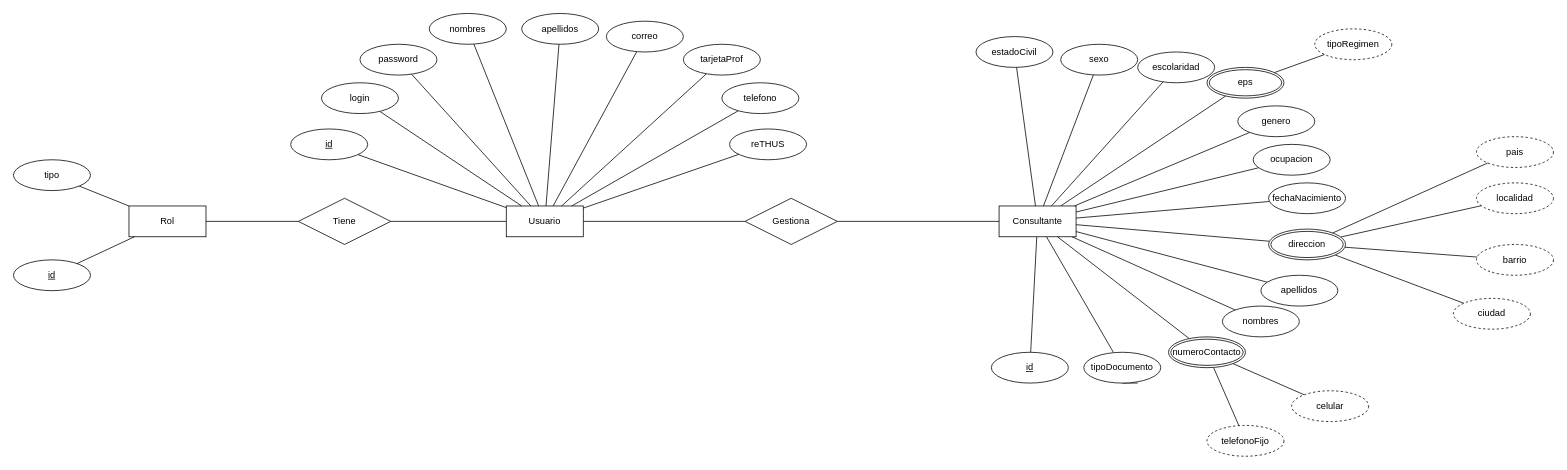
Above: page "Diagrama entidad relacion" (2 of 4) of Diagramas/Untitled Diagram.drawio in mjfernandezc/Diagramas (draw.io), before the change. Source tidied: cells renumbered, new cells numbered last; positions are measured from the earlier drawing's top-left corner, leaving out a move shared by most shapes. Both pictures are drawn from the tidied source at 77%, with x=0, y=0 at pixel (13, 13).
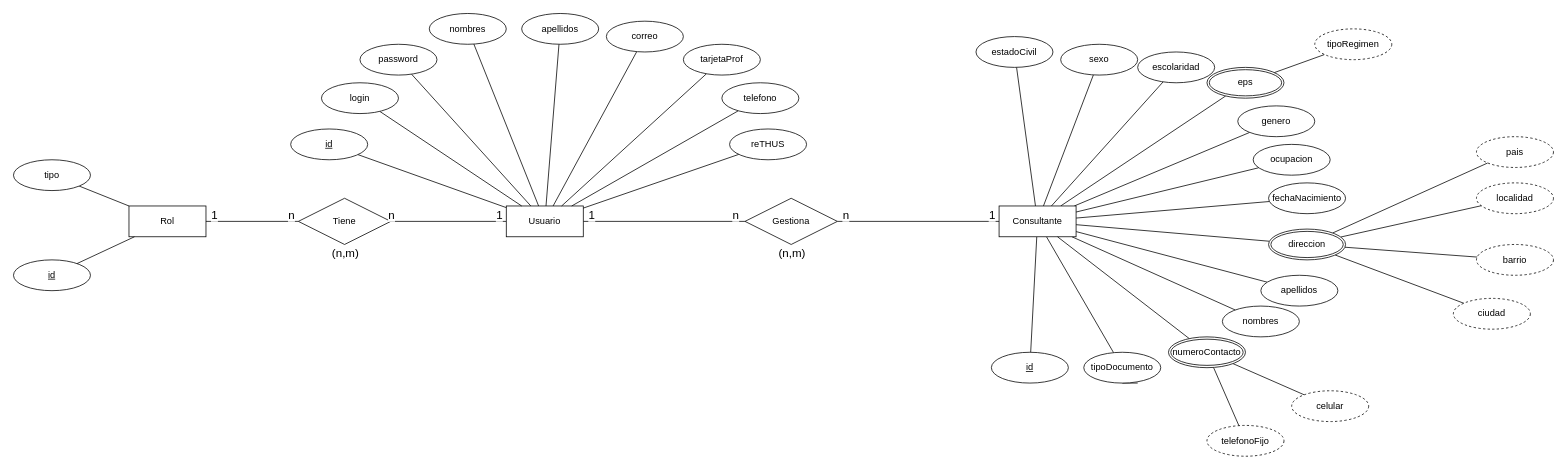
Above is the later version.

The edit, as a diff of the source:
```diff
@@
+    <mxCell id="74" value="n" style="edgeLabel;html=1;align=center;verticalAlign=middle;fontSize=15;" parent="1" vertex="1">
+      <mxGeometry x="260" y="280" as="geometry">
+        <mxPoint x="100" y="-20" as="offset" />
+      </mxGeometry>
+    </mxCell>
+    <mxCell id="75" value="1" style="edgeLabel;html=1;align=center;verticalAlign=middle;fontSize=15;" parent="1" vertex="1">
+      <mxGeometry x="160" y="280" as="geometry">
+        <mxPoint x="100" y="-20" as="offset" />
+      </mxGeometry>
+    </mxCell>
+    <mxCell id="76" value="n" style="edgeLabel;html=1;align=center;verticalAlign=middle;fontSize=15;" parent="1" vertex="1">
+      <mxGeometry x="390" y="280" as="geometry">
+        <mxPoint x="100" y="-20" as="offset" />
+      </mxGeometry>
+    </mxCell>
+    <mxCell id="77" value="1" style="edgeLabel;html=1;align=center;verticalAlign=middle;fontSize=15;" parent="1" vertex="1">
+      <mxGeometry x="530" y="280" as="geometry">
+        <mxPoint x="100" y="-20" as="offset" />
+      </mxGeometry>
+    </mxCell>
+    <mxCell id="78" value="(n,m)" style="edgeLabel;html=1;align=center;verticalAlign=middle;fontSize=15;" parent="1" vertex="1">
+      <mxGeometry x="330" y="330" as="geometry">
+        <mxPoint x="100" y="-20" as="offset" />
+      </mxGeometry>
+    </mxCell>
+    <mxCell id="79" value="n" style="edgeLabel;html=1;align=center;verticalAlign=middle;fontSize=15;" parent="1" vertex="1">
+      <mxGeometry x="837" y="280" as="geometry">
+        <mxPoint x="100" y="-20" as="offset" />
+      </mxGeometry>
+    </mxCell>
+    <mxCell id="80" value="1" style="edgeLabel;html=1;align=center;verticalAlign=middle;fontSize=15;" parent="1" vertex="1">
+      <mxGeometry x="650" y="280" as="geometry">
+        <mxPoint x="100" y="-20" as="offset" />
+      </mxGeometry>
+    </mxCell>
+    <mxCell id="81" value="n" style="edgeLabel;html=1;align=center;verticalAlign=middle;fontSize=15;" parent="1" vertex="1">
+      <mxGeometry x="980" y="280" as="geometry">
+        <mxPoint x="100" y="-20" as="offset" />
+      </mxGeometry>
+    </mxCell>
+    <mxCell id="82" value="1" style="edgeLabel;html=1;align=center;verticalAlign=middle;fontSize=15;" parent="1" vertex="1">
+      <mxGeometry x="1170" y="280" as="geometry">
+        <mxPoint x="100" y="-20" as="offset" />
+      </mxGeometry>
+    </mxCell>
+    <mxCell id="83" value="(n,m)" style="edgeLabel;html=1;align=center;verticalAlign=middle;fontSize=15;" parent="1" vertex="1">
+      <mxGeometry x="910" y="330" as="geometry">
+        <mxPoint x="100" y="-20" as="offset" />
+      </mxGeometry>
+    </mxCell>
```
